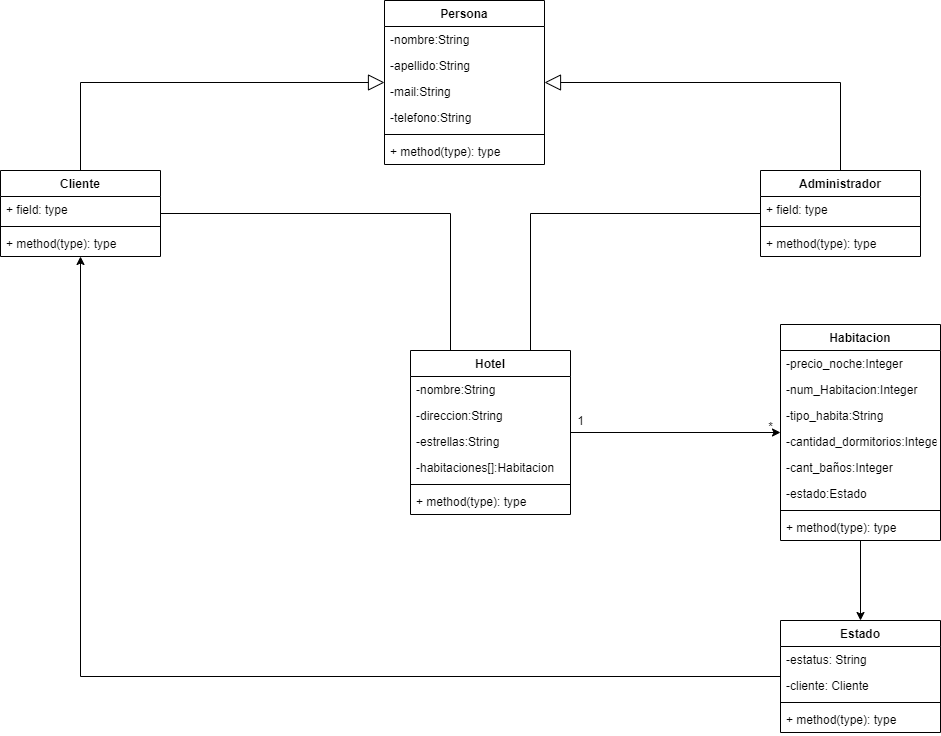
DiogenesPuig/g5_ITSV keeps this draw.io diagram as docs/DiagramaDeClases.png. Above is the earlier version. Source tidied: cells renumbered, new cells last; positions are measured from the earlier drawing's top-left corner, leaving out a move shared by most shapes.
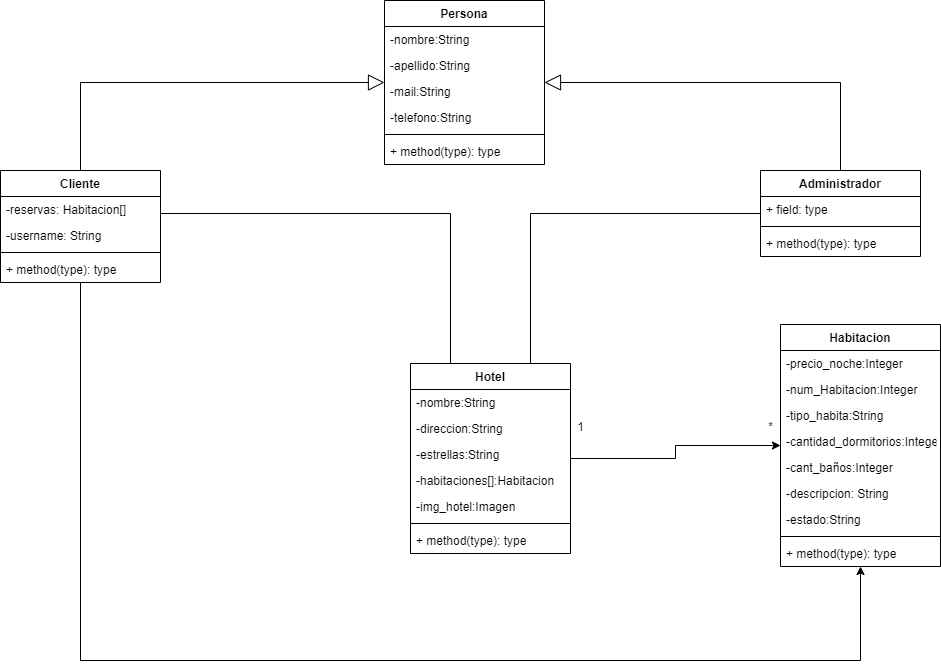
After the change.

Commit message:
Se modifico el diagrama a como es el proyecto

Diff of the diagram source:
```diff
@@ -6,7 +6,7 @@
       <mxGeometry relative="1" as="geometry" />
     </mxCell>
     <mxCell id="3" value="Hotel" style="swimlane;fontStyle=1;align=center;verticalAlign=top;horizontal=1;startSize=26;" parent="1" vertex="1">
-      <mxGeometry x="410" y="350" width="160" height="164" as="geometry" />
+      <mxGeometry x="410" y="363" width="160" height="190" as="geometry" />
     </mxCell>
     <mxCell id="4" value="-nombre:String" style="text;strokeColor=none;fillColor=none;align=left;verticalAlign=top;spacingLeft=4;spacingRight=4;overflow=hidden;" parent="3" vertex="1">
       <mxGeometry y="26" width="160" height="26" as="geometry" />
@@ -20,11 +20,14 @@
     <mxCell id="7" value="-habitaciones[]:Habitacion" style="text;strokeColor=none;fillColor=none;align=left;verticalAlign=top;spacingLeft=4;spacingRight=4;overflow=hidden;" parent="3" vertex="1">
       <mxGeometry y="104" width="160" height="26" as="geometry" />
     </mxCell>
+    <mxCell id="47" value="-img_hotel:Imagen " style="text;strokeColor=none;fillColor=none;align=left;verticalAlign=top;spacingLeft=4;spacingRight=4;overflow=hidden;" parent="3" vertex="1">
+      <mxGeometry y="130" width="160" height="26" as="geometry" />
+    </mxCell>
     <mxCell id="8" style="line;strokeWidth=1;fillColor=none;align=left;verticalAlign=middle;spacingTop=-1;spacingLeft=3;spacingRight=3;labelPosition=right;" parent="3" vertex="1">
-      <mxGeometry y="130" width="160" height="8" as="geometry" />
+      <mxGeometry y="156" width="160" height="8" as="geometry" />
     </mxCell>
     <mxCell id="9" value="+ method(type): type" style="text;strokeColor=none;fillColor=none;align=left;verticalAlign=top;spacingLeft=4;spacingRight=4;overflow=hidden;" parent="3" vertex="1">
-      <mxGeometry y="138" width="160" height="26" as="geometry" />
+      <mxGeometry y="164" width="160" height="26" as="geometry" />
     </mxCell>
     <mxCell id="10" style="edgeStyle=orthogonalEdgeStyle;rounded=0;jettySize=auto;html=1;endArrow=none;endFill=0;startArrow=block;startFill=0;startSize=14;" parent="1" edge="1" source="12" target="25">
       <mxGeometry relative="1" as="geometry" />
@@ -60,25 +63,35 @@
         </Array>
       </mxGeometry>
     </mxCell>
-    <mxCell id="20" style="edgeStyle=orthogonalEdgeStyle;rounded=0;jettySize=auto;html=1;entryX=0.5;entryY=0;entryDx=0;entryDy=0;endArrow=none;endFill=0;" parent="1" edge="1" source="25" target="3">
+    <mxCell id="20" style="edgeStyle=orthogonalEdgeStyle;rounded=0;jettySize=auto;html=1;entryX=0.75;entryY=0;entryDx=0;entryDy=0;endArrow=none;endFill=0;" parent="1" edge="1" source="25" target="3">
       <mxGeometry relative="1" as="geometry">
         <Array as="points">
           <mxPoint x="530" y="213" />
-          <mxPoint x="530" y="350" />
         </Array>
       </mxGeometry>
     </mxCell>
+    <mxCell id="48" style="edgeStyle=orthogonalEdgeStyle;rounded=0;jettySize=auto;html=1;" parent="1" edge="1" source="21" target="32">
+      <mxGeometry relative="1" as="geometry">
+        <Array as="points">
+          <mxPoint x="80" y="660" />
+          <mxPoint x="860" y="660" />
+        </Array>
+      </mxGeometry>
+    </mxCell>
     <mxCell id="21" value="Cliente" style="swimlane;fontStyle=1;align=center;verticalAlign=top;horizontal=1;startSize=26;" parent="1" vertex="1">
-      <mxGeometry y="170" width="160" height="86" as="geometry" />
+      <mxGeometry y="170" width="160" height="112" as="geometry" />
     </mxCell>
-    <mxCell id="22" value="+ field: type" style="text;strokeColor=none;fillColor=none;align=left;verticalAlign=top;spacingLeft=4;spacingRight=4;overflow=hidden;" parent="21" vertex="1">
+    <mxCell id="22" value="-reservas: Habitacion[]" style="text;strokeColor=none;fillColor=none;align=left;verticalAlign=top;spacingLeft=4;spacingRight=4;overflow=hidden;" parent="21" vertex="1">
       <mxGeometry y="26" width="160" height="26" as="geometry" />
     </mxCell>
+    <mxCell id="49" value="-username: String" style="text;strokeColor=none;fillColor=none;align=left;verticalAlign=top;spacingLeft=4;spacingRight=4;overflow=hidden;" parent="21" vertex="1">
+      <mxGeometry y="52" width="160" height="26" as="geometry" />
+    </mxCell>
     <mxCell id="23" style="line;strokeWidth=1;fillColor=none;align=left;verticalAlign=middle;spacingTop=-1;spacingLeft=3;spacingRight=3;labelPosition=right;" parent="21" vertex="1">
-      <mxGeometry y="52" width="160" height="8" as="geometry" />
+      <mxGeometry y="78" width="160" height="8" as="geometry" />
     </mxCell>
     <mxCell id="24" value="+ method(type): type" style="text;strokeColor=none;fillColor=none;align=left;verticalAlign=top;spacingLeft=4;spacingRight=4;overflow=hidden;" parent="21" vertex="1">
-      <mxGeometry y="60" width="160" height="26" as="geometry" />
+      <mxGeometry y="86" width="160" height="26" as="geometry" />
     </mxCell>
     <mxCell id="25" value="Administrador" style="swimlane;fontStyle=1;align=center;verticalAlign=top;horizontal=1;startSize=26;" parent="1" vertex="1">
       <mxGeometry x="760" y="170" width="160" height="86" as="geometry" />
@@ -93,16 +106,13 @@
       <mxGeometry y="60" width="160" height="26" as="geometry" />
     </mxCell>
     <mxCell id="29" value="1" style="text;html=1;align=center;verticalAlign=middle;" parent="1" vertex="1">
-      <mxGeometry x="570" y="410" width="20" height="20" as="geometry" />
+      <mxGeometry x="570" y="416" width="20" height="20" as="geometry" />
     </mxCell>
     <mxCell id="30" value="*" style="text;html=1;align=center;verticalAlign=middle;" parent="1" vertex="1">
       <mxGeometry x="760" y="416" width="20" height="20" as="geometry" />
     </mxCell>
-    <mxCell id="31" style="edgeStyle=orthogonalEdgeStyle;rounded=0;jettySize=auto;html=1;" parent="1" edge="1" source="32" target="42">
-      <mxGeometry relative="1" as="geometry" />
-    </mxCell>
     <mxCell id="32" value="Habitacion" style="swimlane;fontStyle=1;align=center;verticalAlign=top;horizontal=1;startSize=26;" parent="1" vertex="1">
-      <mxGeometry x="780" y="324" width="160" height="216" as="geometry" />
+      <mxGeometry x="780" y="324" width="160" height="242" as="geometry" />
     </mxCell>
     <mxCell id="33" value="-precio_noche:Integer" style="text;strokeColor=none;fillColor=none;align=left;verticalAlign=top;spacingLeft=4;spacingRight=4;overflow=hidden;" parent="32" vertex="1">
       <mxGeometry y="26" width="160" height="26" as="geometry" />
@@ -119,32 +129,17 @@
     <mxCell id="37" value="-cant_baños:Integer" style="text;strokeColor=none;fillColor=none;align=left;verticalAlign=top;spacingLeft=4;spacingRight=4;overflow=hidden;" parent="32" vertex="1">
       <mxGeometry y="130" width="160" height="26" as="geometry" />
     </mxCell>
+    <mxCell id="50" value="-descripcion: String" style="text;strokeColor=none;fillColor=none;align=left;verticalAlign=top;spacingLeft=4;spacingRight=4;overflow=hidden;" parent="32" vertex="1">
+      <mxGeometry y="156" width="160" height="26" as="geometry" />
+    </mxCell>
-    <mxCell id="38" value="-estado:Estado" style="text;strokeColor=none;fillColor=none;align=left;verticalAlign=top;spacingLeft=4;spacingRight=4;overflow=hidden;" parent="32" vertex="1">
-      <mxGeometry y="156" width="160" height="26" as="geometry" />
+    <mxCell id="38" value="-estado:String" style="text;strokeColor=none;fillColor=none;align=left;verticalAlign=top;spacingLeft=4;spacingRight=4;overflow=hidden;" parent="32" vertex="1">
+      <mxGeometry y="182" width="160" height="26" as="geometry" />
     </mxCell>
     <mxCell id="39" style="line;strokeWidth=1;fillColor=none;align=left;verticalAlign=middle;spacingTop=-1;spacingLeft=3;spacingRight=3;labelPosition=right;" parent="32" vertex="1">
-      <mxGeometry y="182" width="160" height="8" as="geometry" />
+      <mxGeometry y="208" width="160" height="8" as="geometry" />
     </mxCell>
     <mxCell id="40" value="+ method(type): type" style="text;strokeColor=none;fillColor=none;align=left;verticalAlign=top;spacingLeft=4;spacingRight=4;overflow=hidden;" parent="32" vertex="1">
-      <mxGeometry y="190" width="160" height="26" as="geometry" />
+      <mxGeometry y="216" width="160" height="26" as="geometry" />
     </mxCell>
-    <mxCell id="41" style="edgeStyle=orthogonalEdgeStyle;rounded=0;jettySize=auto;html=1;" parent="1" edge="1" source="42" target="21">
-      <mxGeometry relative="1" as="geometry" />
-    </mxCell>
-    <mxCell id="42" value="Estado" style="swimlane;fontStyle=1;align=center;verticalAlign=top;horizontal=1;startSize=26;" parent="1" vertex="1">
-      <mxGeometry x="780" y="620" width="160" height="112" as="geometry" />
-    </mxCell>
-    <mxCell id="43" value="-estatus: String" style="text;strokeColor=none;fillColor=none;align=left;verticalAlign=top;spacingLeft=4;spacingRight=4;overflow=hidden;" parent="42" vertex="1">
-      <mxGeometry y="26" width="160" height="26" as="geometry" />
-    </mxCell>
-    <mxCell id="44" value="-cliente: Cliente" style="text;strokeColor=none;fillColor=none;align=left;verticalAlign=top;spacingLeft=4;spacingRight=4;overflow=hidden;" parent="42" vertex="1">
-      <mxGeometry y="52" width="160" height="26" as="geometry" />
-    </mxCell>
-    <mxCell id="45" style="line;strokeWidth=1;fillColor=none;align=left;verticalAlign=middle;spacingTop=-1;spacingLeft=3;spacingRight=3;labelPosition=right;" parent="42" vertex="1">
-      <mxGeometry y="78" width="160" height="8" as="geometry" />
-    </mxCell>
-    <mxCell id="46" value="+ method(type): type" style="text;strokeColor=none;fillColor=none;align=left;verticalAlign=top;spacingLeft=4;spacingRight=4;overflow=hidden;" parent="42" vertex="1">
-      <mxGeometry y="86" width="160" height="26" as="geometry" />
-    </mxCell>
   </root>
 </mxGraphModel>
```
